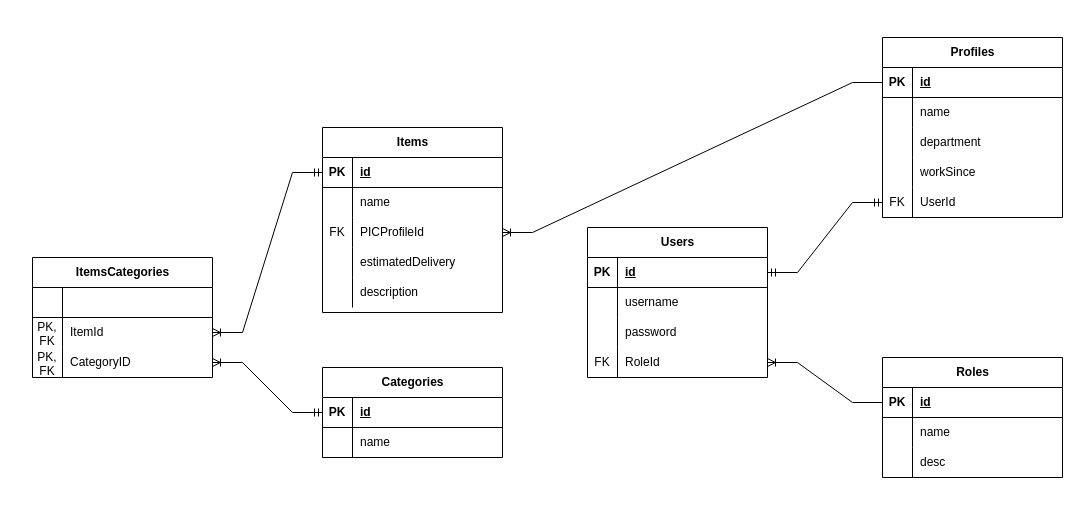
The draw.io diagram erd.drawio in ichigayamate/waregram, before the edit. Source tidied: cells renumbered, new cells numbered last; positions are measured from the earlier drawing's top-left corner, leaving out a move shared by most shapes. Both pictures are drawn from the tidied source at 100%, with x=0, y=0 at pixel (32, 37).
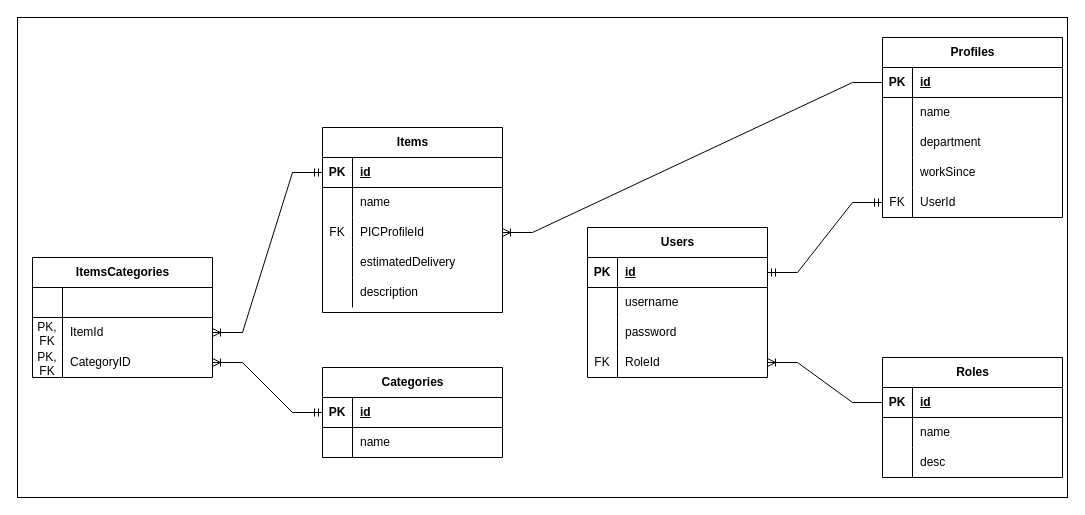
After the change.

What changed in the source:
```diff
@@
+    <mxCell id="79" style="rounded=0;whiteSpace=wrap;html=1;" parent="1" vertex="1">
+      <mxGeometry x="-15" y="-20" width="1050" height="480" as="geometry" />
+    </mxCell>
```
